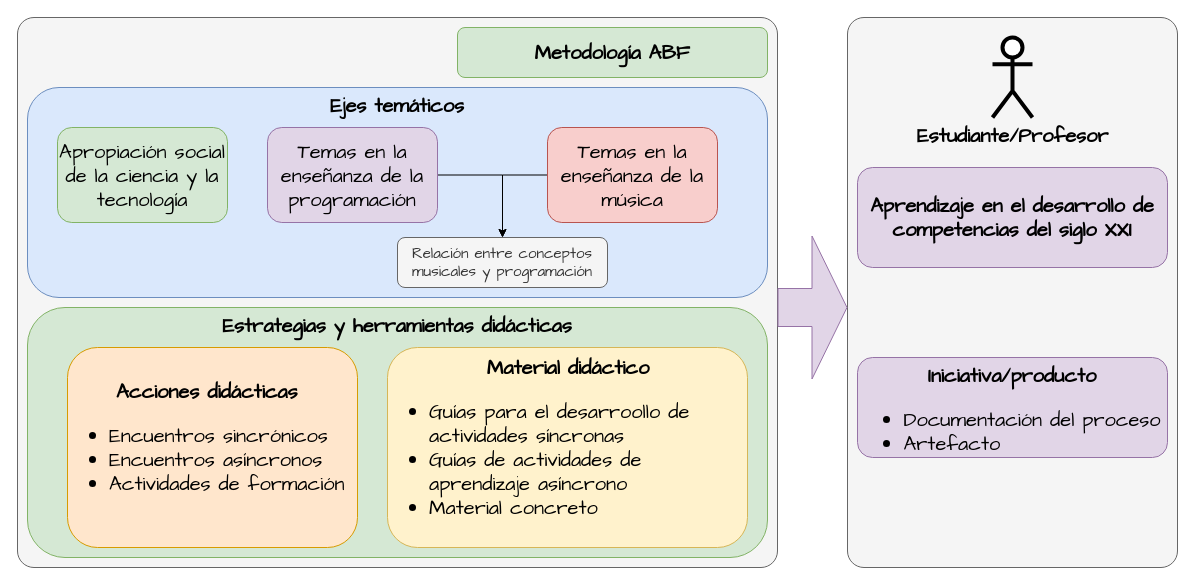
The draw.io diagram poo-dig1/img/estrategias-herramientas-didacticas.drawio in johnnycubides/revealjs-presentations, before the edit. Source tidied: cells renumbered, new cells numbered last; positions are measured from the earlier drawing's top-left corner, leaving out a move shared by most shapes. Both pictures are drawn from the tidied source at 100%, with x=0, y=0 at pixel (17, 17).
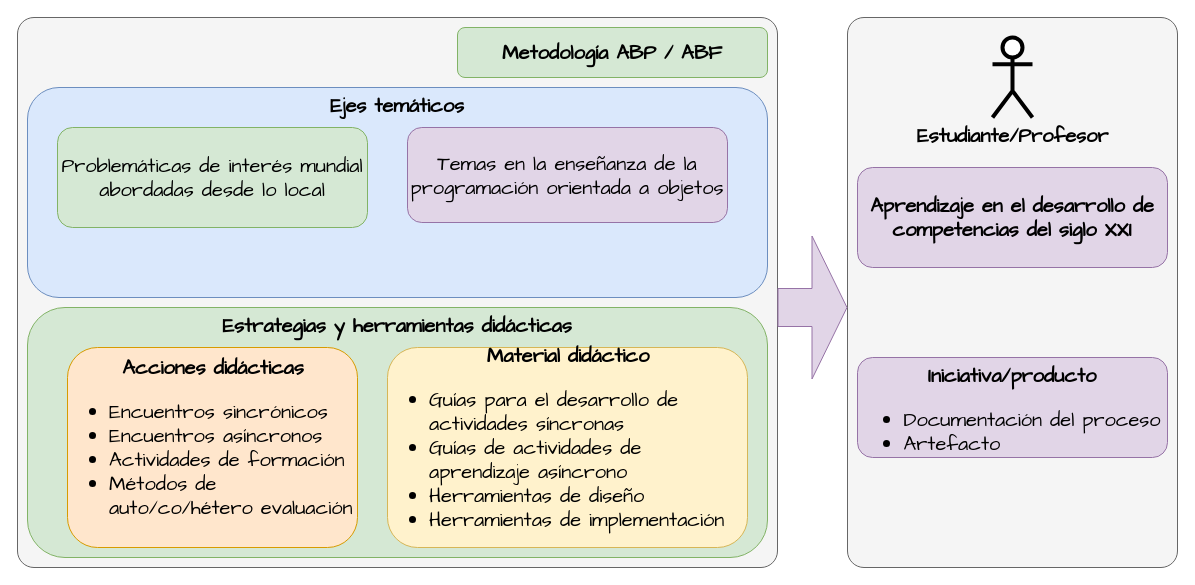
The same page after the edit.

Diff of the diagram source:
```diff
@@
 <mxGraphModel>
   <root>
     <mxCell id="0" />
     <mxCell id="1" parent="0" />
     <mxCell id="2" style="rounded=1;whiteSpace=wrap;html=1;hachureGap=4;fontFamily=Architects Daughter;fontSize=20;fillColor=#f5f5f5;fontColor=#333333;strokeColor=#666666;arcSize=3;" parent="1" vertex="1">
       <mxGeometry width="760" height="550" as="geometry" />
     </mxCell>
     <mxCell id="3" style="rounded=1;whiteSpace=wrap;html=1;hachureGap=4;fontFamily=Architects Daughter;fontSize=20;fillColor=#f5f5f5;fontColor=#333333;strokeColor=#666666;arcSize=5;" parent="1" vertex="1">
       <mxGeometry x="830" width="330" height="550" as="geometry" />
     </mxCell>
     <mxCell id="4" value="Estrategias y herramientas didácticas" style="rounded=1;whiteSpace=wrap;html=1;hachureGap=4;fontFamily=Architects Daughter;fontSize=20;verticalAlign=top;fillColor=#d5e8d4;strokeColor=#82b366;fontStyle=1;" parent="1" vertex="1">
       <mxGeometry x="10" y="290" width="740" height="250" as="geometry" />
     </mxCell>
-    <mxCell id="5" value="&lt;div style=&quot;text-align: center;&quot;&gt;&lt;b&gt;Material didáctico&lt;/b&gt;&lt;/div&gt;&lt;ul&gt;&lt;li&gt;Guías para el desarroollo de actividades síncronas&lt;/li&gt;&lt;li&gt;Guías de actividades de aprendizaje asíncrono&lt;/li&gt;&lt;li&gt;Material concreto&lt;/li&gt;&lt;/ul&gt;" style="rounded=1;whiteSpace=wrap;html=1;hachureGap=4;fontFamily=Architects Daughter;fontSize=20;align=left;fillColor=#fff2cc;strokeColor=#d6b656;" parent="1" vertex="1">
+    <mxCell id="5" value="&lt;div style=&quot;text-align: center;&quot;&gt;&lt;b&gt;Material didáctico&lt;/b&gt;&lt;/div&gt;&lt;ul&gt;&lt;li&gt;Guías para el desarrollo de actividades síncronas&lt;/li&gt;&lt;li&gt;Guías de actividades de aprendizaje asíncrono&lt;/li&gt;&lt;li&gt;Herramientas de diseño&lt;/li&gt;&lt;li&gt;Herramientas de implementación&lt;/li&gt;&lt;/ul&gt;" style="rounded=1;whiteSpace=wrap;html=1;hachureGap=4;fontFamily=Architects Daughter;fontSize=20;align=left;fillColor=#fff2cc;strokeColor=#d6b656;" parent="1" vertex="1">
       <mxGeometry x="370" y="330" width="360" height="200" as="geometry" />
     </mxCell>
-    <mxCell id="6" value="&lt;div style=&quot;text-align: center;&quot;&gt;&lt;b&gt;Acciones didácticas&lt;/b&gt;&lt;/div&gt;&lt;ul&gt;&lt;li&gt;Encuentros sincrónicos&lt;/li&gt;&lt;li&gt;Encuentros asíncronos&lt;/li&gt;&lt;li&gt;Actividades de formación&lt;/li&gt;&lt;/ul&gt;" style="rounded=1;whiteSpace=wrap;html=1;hachureGap=4;fontFamily=Architects Daughter;fontSize=20;align=left;fillColor=#ffe6cc;strokeColor=#d79b00;" parent="1" vertex="1">
+    <mxCell id="6" value="&lt;div style=&quot;text-align: center;&quot;&gt;&lt;b&gt;Acciones didácticas&lt;/b&gt;&lt;/div&gt;&lt;ul&gt;&lt;li&gt;Encuentros sincrónicos&lt;/li&gt;&lt;li&gt;Encuentros asíncronos&lt;/li&gt;&lt;li&gt;Actividades de formación&lt;/li&gt;&lt;li&gt;Métodos de auto/co/hétero evaluación&lt;/li&gt;&lt;/ul&gt;" style="rounded=1;whiteSpace=wrap;html=1;hachureGap=4;fontFamily=Architects Daughter;fontSize=20;align=left;fillColor=#ffe6cc;strokeColor=#d79b00;" parent="1" vertex="1">
       <mxGeometry x="50" y="330" width="290" height="200" as="geometry" />
     </mxCell>
     <mxCell id="7" value="Ejes temáticos" style="rounded=1;whiteSpace=wrap;html=1;hachureGap=4;fontFamily=Architects Daughter;fontSize=20;verticalAlign=top;fontStyle=1;fillColor=#dae8fc;strokeColor=#6c8ebf;" parent="1" vertex="1">
       <mxGeometry x="10" y="70" width="740" height="210" as="geometry" />
     </mxCell>
-    <mxCell id="8" value="Apropiación social de la ciencia y la tecnología" style="rounded=1;whiteSpace=wrap;html=1;hachureGap=4;fontFamily=Architects Daughter;fontSize=20;fillColor=#d5e8d4;strokeColor=#82b366;" parent="1" vertex="1">
-      <mxGeometry x="40" y="110" width="170" height="95" as="geometry" />
+    <mxCell id="8" value="Problemáticas de interés mundial abordadas desde lo local" style="rounded=1;whiteSpace=wrap;html=1;hachureGap=4;fontFamily=Architects Daughter;fontSize=20;fillColor=#d5e8d4;strokeColor=#82b366;" parent="1" vertex="1">
+      <mxGeometry x="40" y="110" width="310" height="100" as="geometry" />
     </mxCell>
-    <mxCell id="9" style="edgeStyle=orthogonalEdgeStyle;rounded=0;hachureGap=4;jettySize=auto;html=1;exitX=0;exitY=0.5;exitDx=0;exitDy=0;fontFamily=Architects Daughter;fontSize=16;" parent="1" edge="1" source="10" target="13">
-      <mxGeometry relative="1" as="geometry" />
-    </mxCell>
-    <mxCell id="10" value="Temas en la enseñanza de la música" style="rounded=1;whiteSpace=wrap;html=1;hachureGap=4;fontFamily=Architects Daughter;fontSize=20;fillColor=#f8cecc;strokeColor=#b85450;" parent="1" vertex="1">
-      <mxGeometry x="530" y="110" width="170" height="95" as="geometry" />
-    </mxCell>
-    <mxCell id="11" style="edgeStyle=orthogonalEdgeStyle;rounded=0;hachureGap=4;jettySize=auto;html=1;exitX=1;exitY=0.5;exitDx=0;exitDy=0;fontFamily=Architects Daughter;fontSize=16;entryX=0.5;entryY=0;entryDx=0;entryDy=0;" parent="1" edge="1" source="12" target="13">
-      <mxGeometry relative="1" as="geometry" />
-    </mxCell>
-    <mxCell id="12" value="Temas en la enseñanza de la programación" style="rounded=1;whiteSpace=wrap;html=1;hachureGap=4;fontFamily=Architects Daughter;fontSize=20;fillColor=#e1d5e7;strokeColor=#9673a6;" parent="1" vertex="1">
-      <mxGeometry x="250" y="110" width="170" height="95" as="geometry" />
+    <mxCell id="12" value="Temas en la enseñanza de la programación orientada a objetos" style="rounded=1;whiteSpace=wrap;html=1;hachureGap=4;fontFamily=Architects Daughter;fontSize=20;fillColor=#e1d5e7;strokeColor=#9673a6;" parent="1" vertex="1">
+      <mxGeometry x="390" y="110" width="320" height="95" as="geometry" />
     </mxCell>
-    <mxCell id="13" value="Relación entre conceptos musicales y programación" style="rounded=1;whiteSpace=wrap;html=1;hachureGap=4;fontFamily=Architects Daughter;fontSize=15;fillColor=#f5f5f5;fontColor=#333333;strokeColor=#666666;" parent="1" vertex="1">
-      <mxGeometry x="380" y="220" width="210" height="50" as="geometry" />
-    </mxCell>
     <mxCell id="14" value="&lt;br&gt;&lt;b&gt;Iniciativa/producto&lt;/b&gt;&lt;br&gt;&lt;ul&gt;&lt;li style=&quot;text-align: left;&quot;&gt;Documentación del proceso&lt;/li&gt;&lt;li style=&quot;text-align: left;&quot;&gt;Artefacto&lt;/li&gt;&lt;/ul&gt;" style="rounded=1;whiteSpace=wrap;html=1;hachureGap=4;fontFamily=Architects Daughter;fontSize=20;fillColor=#e1d5e7;strokeColor=#9673a6;" parent="1" vertex="1">
       <mxGeometry x="840" y="340" width="310" height="100" as="geometry" />
     </mxCell>
-    <mxCell id="15" value="Metodología ABF" style="rounded=1;whiteSpace=wrap;html=1;hachureGap=4;fontFamily=Architects Daughter;fontSize=20;fillColor=#d5e8d4;strokeColor=#82b366;fontStyle=1;" parent="1" vertex="1">
+    <mxCell id="15" value="Metodología ABP / ABF" style="rounded=1;whiteSpace=wrap;html=1;hachureGap=4;fontFamily=Architects Daughter;fontSize=20;fillColor=#d5e8d4;strokeColor=#82b366;fontStyle=1;" parent="1" vertex="1">
       <mxGeometry x="440" y="10" width="310" height="50" as="geometry" />
     </mxCell>
     <mxCell id="16" value="Aprendizaje en el desarrollo de competencias del siglo XXI" style="rounded=1;whiteSpace=wrap;html=1;hachureGap=4;fontFamily=Architects Daughter;fontSize=20;fillColor=#e1d5e7;strokeColor=#9673a6;fontStyle=1;" parent="1" vertex="1">
       <mxGeometry x="840" y="150" width="310" height="100" as="geometry" />
     </mxCell>
     <mxCell id="17" value="&lt;b&gt;Estudiante/Profesor&lt;/b&gt;" style="shape=umlActor;verticalLabelPosition=bottom;verticalAlign=top;html=1;hachureGap=4;fontFamily=Architects Daughter;fontSize=20;strokeWidth=4;" parent="1" vertex="1">
       <mxGeometry x="975" y="20" width="40" height="80" as="geometry" />
     </mxCell>
     <mxCell id="18" style="shape=flexArrow;endArrow=classic;html=1;rounded=0;hachureGap=4;fontFamily=Architects Daughter;fontSize=16;endWidth=104;endSize=11.33;width=38;fillColor=#e1d5e7;strokeColor=#9673a6;" parent="1" edge="1">
       <mxGeometry relative="1" as="geometry">
         <mxPoint x="760" y="290" as="sourcePoint" />
         <mxPoint x="830" y="290" as="targetPoint" />
       </mxGeometry>
     </mxCell>
   </root>
 </mxGraphModel>
```
